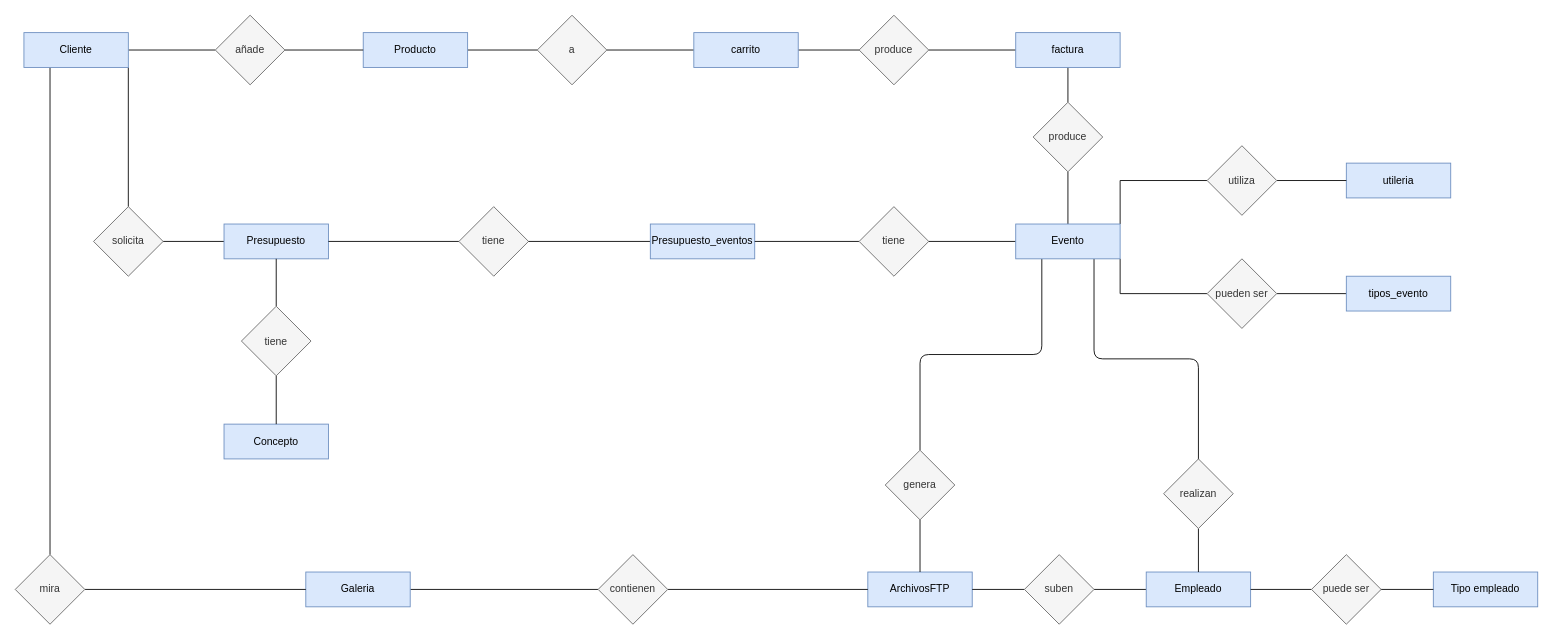
IvanDanielCaballero/Estudio_fotografico keeps this draw.io diagram as Estudio_fotografico(ER).drawio. Above is the earlier version. Source tidied: cells renumbered, new cells numbered last; positions are measured from the earlier drawing's top-left corner, leaving out a move shared by most shapes. Both pictures are drawn from the tidied source at 87%, with x=0, y=0 at pixel (15, 15).
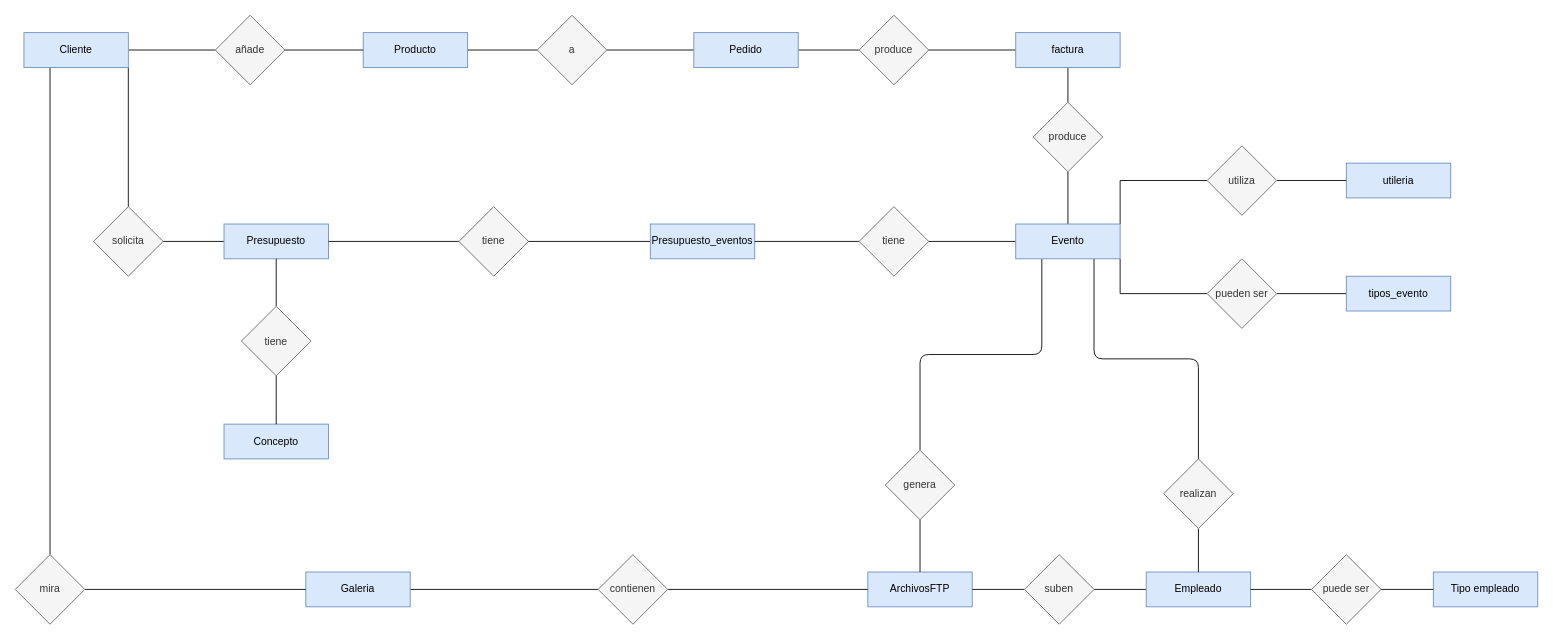
Above is the later version.

Change to the diagram source:
```diff
@@
-    <mxCell id="22" value="carrito" style="rounded=0;whiteSpace=wrap;html=1;fontSize=12;glass=0;strokeWidth=1;shadow=0;fillColor=#dae8fc;strokeColor=#6c8ebf;" parent="1" vertex="1">
+    <mxCell id="22" value="Pedido" style="rounded=0;whiteSpace=wrap;html=1;fontSize=12;glass=0;strokeWidth=1;shadow=0;fillColor=#dae8fc;strokeColor=#6c8ebf;" parent="1" vertex="1">
       <mxGeometry x="780" y="20" width="120" height="40" as="geometry" />
     </mxCell>
```
